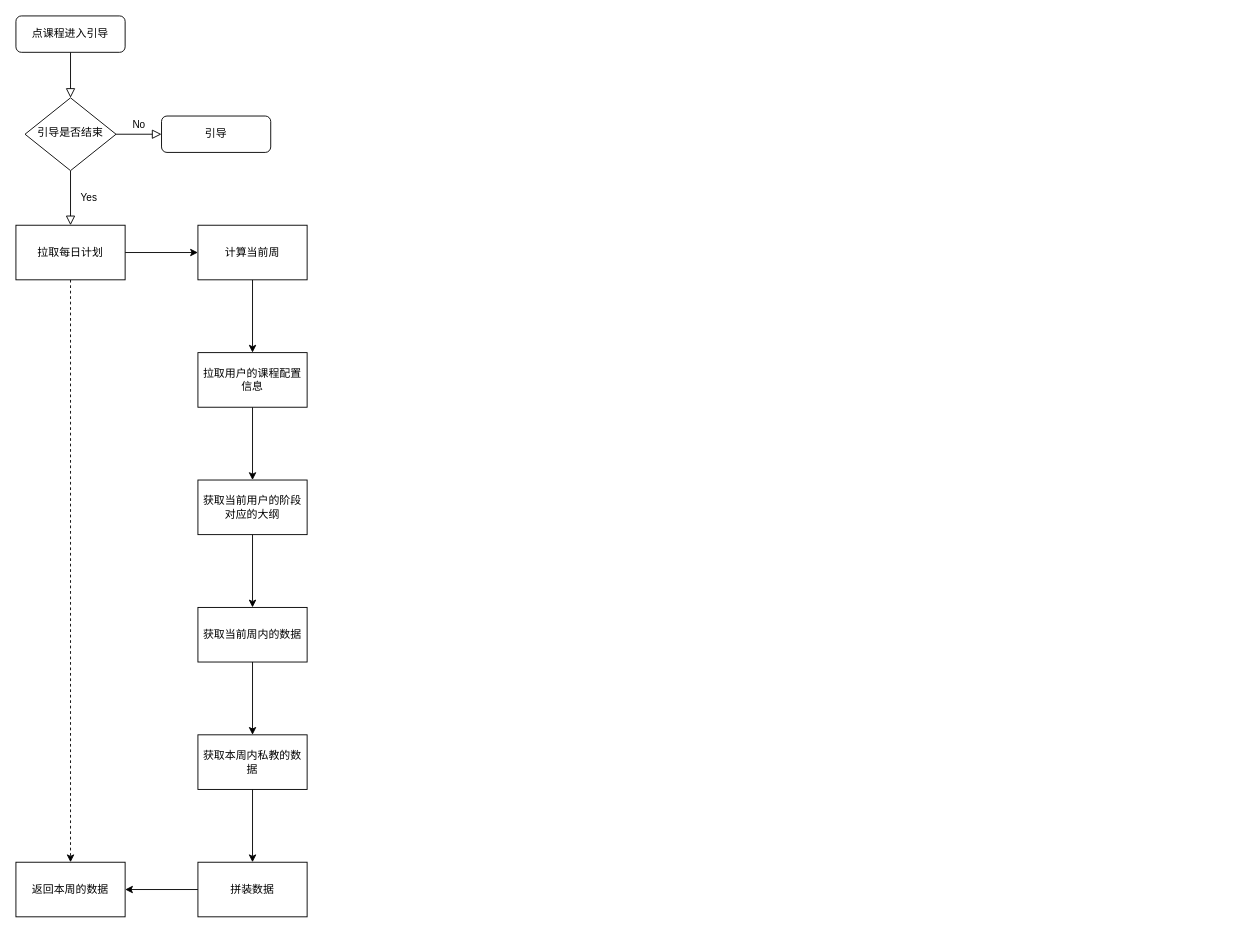
Above: Untitled Diagram.drawio in lxp521125/pic (draw.io), before the change. Source tidied: cells renumbered, new cells numbered last; positions are measured from the earlier drawing's top-left corner, leaving out a move shared by most shapes. Both pictures are drawn from the tidied source at 91%, with x=0, y=0 at pixel (15, 15).
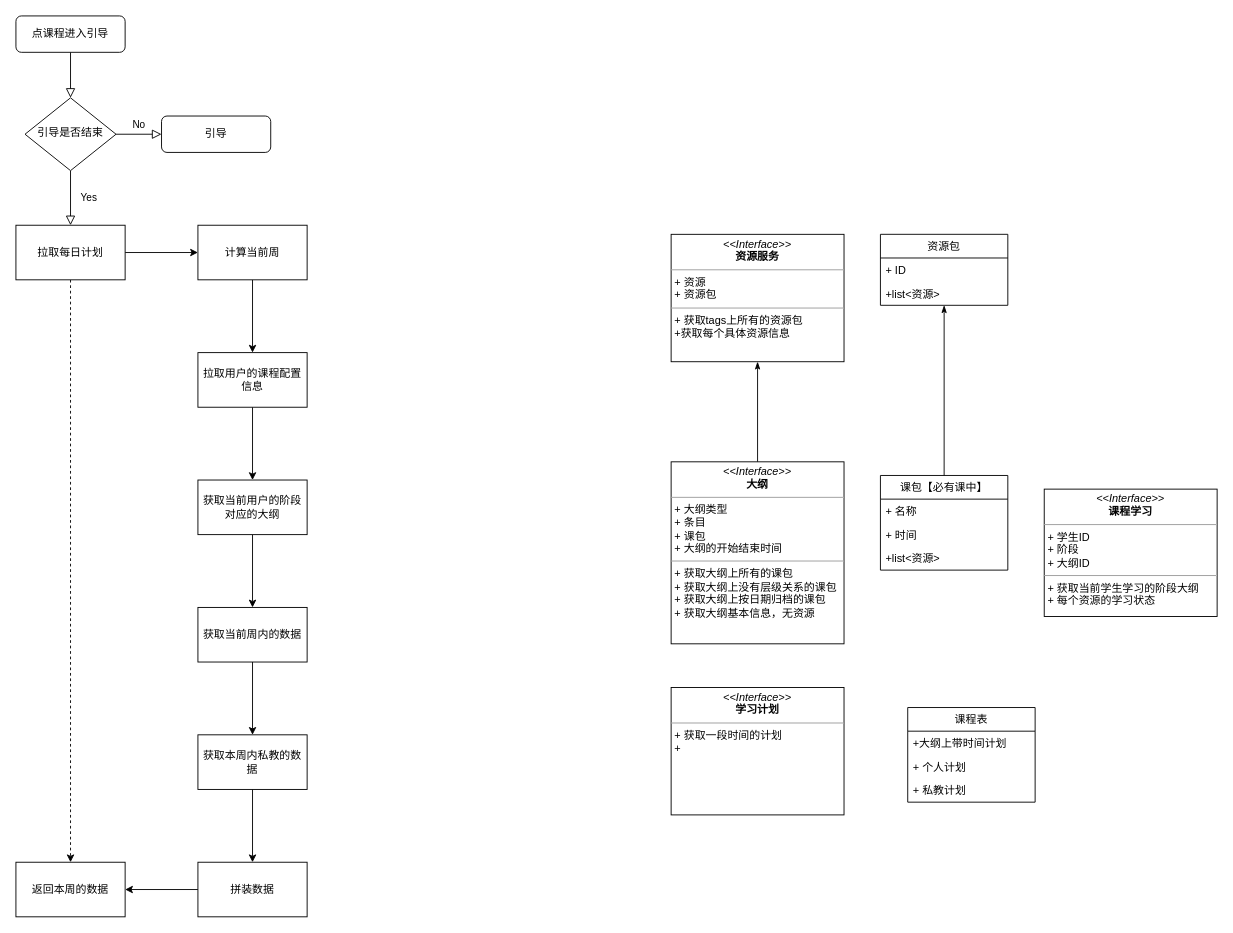
The same diagram, later.

What changed in the source:
```diff
@@
+    <mxCell id="24" value="&lt;p style=&quot;margin: 0px ; margin-top: 4px ; text-align: center&quot;&gt;&lt;i&gt;&amp;lt;&amp;lt;Interface&amp;gt;&amp;gt;&lt;/i&gt;&lt;br&gt;&lt;b&gt;学习计划&lt;/b&gt;&lt;/p&gt;&lt;hr size=&quot;1&quot;&gt;&lt;p style=&quot;margin: 0px ; margin-left: 4px&quot;&gt;+&amp;nbsp;获取一段时间的计划&lt;br&gt;+&lt;/p&gt;" style="verticalAlign=top;align=left;overflow=fill;fontSize=12;fontFamily=Helvetica;html=1;" parent="1" vertex="1">
+      <mxGeometry x="720" y="738" width="190" height="140" as="geometry" />
+    </mxCell>
+    <mxCell id="25" value="课程表" style="swimlane;fontStyle=0;horizontal=1;startSize=26;fillColor=none;" parent="1" vertex="1">
+      <mxGeometry x="980" y="760" width="140" height="104" as="geometry" />
+    </mxCell>
+    <mxCell id="26" value="+大纲上带时间计划" style="text;strokeColor=none;fillColor=none;align=left;verticalAlign=top;spacingLeft=4;spacingRight=4;overflow=hidden;" parent="25" vertex="1">
+      <mxGeometry y="26" width="140" height="26" as="geometry" />
+    </mxCell>
+    <mxCell id="27" value="+ 个人计划" style="text;strokeColor=none;fillColor=none;align=left;verticalAlign=top;spacingLeft=4;spacingRight=4;overflow=hidden;" parent="25" vertex="1">
+      <mxGeometry y="52" width="140" height="26" as="geometry" />
+    </mxCell>
+    <mxCell id="28" value="+ 私教计划" style="text;strokeColor=none;fillColor=none;align=left;verticalAlign=top;spacingLeft=4;spacingRight=4;overflow=hidden;" parent="25" vertex="1">
+      <mxGeometry y="78" width="140" height="26" as="geometry" />
+    </mxCell>
+    <mxCell id="29" style="edgeStyle=orthogonalEdgeStyle;rounded=0;jettySize=auto;html=1;endArrow=classicThin;endFill=1;" parent="1" edge="1" source="40" target="38">
+      <mxGeometry relative="1" as="geometry" />
+    </mxCell>
+    <mxCell id="30" style="edgeStyle=orthogonalEdgeStyle;rounded=0;jettySize=auto;html=1;endArrow=classicThin;endFill=1;" parent="1" edge="1" source="31" target="35">
+      <mxGeometry relative="1" as="geometry" />
+    </mxCell>
+    <mxCell id="31" value="课包【必有课中】" style="swimlane;fontStyle=0;horizontal=1;startSize=26;fillColor=none;" parent="1" vertex="1">
+      <mxGeometry x="950" y="505" width="140" height="104" as="geometry" />
+    </mxCell>
+    <mxCell id="32" value="+ 名称" style="text;strokeColor=none;fillColor=none;align=left;verticalAlign=top;spacingLeft=4;spacingRight=4;overflow=hidden;" parent="31" vertex="1">
+      <mxGeometry y="26" width="140" height="26" as="geometry" />
+    </mxCell>
+    <mxCell id="33" value="+ 时间" style="text;strokeColor=none;fillColor=none;align=left;verticalAlign=top;spacingLeft=4;spacingRight=4;overflow=hidden;" parent="31" vertex="1">
+      <mxGeometry y="52" width="140" height="26" as="geometry" />
+    </mxCell>
+    <mxCell id="34" value="+list&lt;资源&gt;" style="text;strokeColor=none;fillColor=none;align=left;verticalAlign=top;spacingLeft=4;spacingRight=4;overflow=hidden;" parent="31" vertex="1">
+      <mxGeometry y="78" width="140" height="26" as="geometry" />
+    </mxCell>
+    <mxCell id="35" value="资源包" style="swimlane;fontStyle=0;horizontal=1;startSize=26;fillColor=none;" parent="1" vertex="1">
+      <mxGeometry x="950" y="240" width="140" height="78" as="geometry" />
+    </mxCell>
+    <mxCell id="36" value="+ ID" style="text;strokeColor=none;fillColor=none;align=left;verticalAlign=top;spacingLeft=4;spacingRight=4;overflow=hidden;" parent="35" vertex="1">
+      <mxGeometry y="26" width="140" height="26" as="geometry" />
+    </mxCell>
+    <mxCell id="37" value="+list&lt;资源&gt;" style="text;strokeColor=none;fillColor=none;align=left;verticalAlign=top;spacingLeft=4;spacingRight=4;overflow=hidden;" parent="35" vertex="1">
+      <mxGeometry y="52" width="140" height="26" as="geometry" />
+    </mxCell>
+    <mxCell id="38" value="&lt;p style=&quot;margin: 0px ; margin-top: 4px ; text-align: center&quot;&gt;&lt;i&gt;&amp;lt;&amp;lt;Interface&amp;gt;&amp;gt;&lt;/i&gt;&lt;br&gt;&lt;b&gt;资源服务&lt;/b&gt;&lt;br&gt;&lt;/p&gt;&lt;hr size=&quot;1&quot;&gt;&lt;p style=&quot;margin: 0px ; margin-left: 4px&quot;&gt;+&amp;nbsp;资源&lt;br&gt;+&amp;nbsp;资源包&lt;/p&gt;&lt;hr size=&quot;1&quot;&gt;&lt;p style=&quot;margin: 0px ; margin-left: 4px&quot;&gt;+ 获取tags上所有的资源包&lt;br&gt;+获取每个具体资源信息&lt;/p&gt;" style="verticalAlign=top;align=left;overflow=fill;fontSize=12;fontFamily=Helvetica;html=1;" parent="1" vertex="1">
+      <mxGeometry x="720" y="240" width="190" height="140" as="geometry" />
+    </mxCell>
+    <mxCell id="39" value="&lt;p style=&quot;margin: 0px ; margin-top: 4px ; text-align: center&quot;&gt;&lt;i&gt;&amp;lt;&amp;lt;Interface&amp;gt;&amp;gt;&lt;/i&gt;&lt;br&gt;&lt;b&gt;课程学习&lt;/b&gt;&lt;br&gt;&lt;/p&gt;&lt;hr size=&quot;1&quot;&gt;&lt;p style=&quot;margin: 0px ; margin-left: 4px&quot;&gt;+&amp;nbsp;学生ID&lt;br&gt;+&amp;nbsp;阶段&lt;/p&gt;&lt;p style=&quot;margin: 0px ; margin-left: 4px&quot;&gt;+&amp;nbsp;大纲ID&lt;/p&gt;&lt;hr size=&quot;1&quot;&gt;&lt;p style=&quot;margin: 0px ; margin-left: 4px&quot;&gt;+ 获取当前学生学习的阶段大纲&lt;br&gt;+&amp;nbsp;每个资源的学习状态&lt;/p&gt;" style="verticalAlign=top;align=left;overflow=fill;fontSize=12;fontFamily=Helvetica;html=1;" parent="1" vertex="1">
+      <mxGeometry x="1130" y="520" width="190" height="140" as="geometry" />
+    </mxCell>
+    <mxCell id="40" value="&lt;p style=&quot;margin: 0px ; margin-top: 4px ; text-align: center&quot;&gt;&lt;i&gt;&amp;lt;&amp;lt;Interface&amp;gt;&amp;gt;&lt;/i&gt;&lt;br&gt;&lt;b&gt;大纲&lt;/b&gt;&lt;/p&gt;&lt;hr size=&quot;1&quot;&gt;&lt;p style=&quot;margin: 0px ; margin-left: 4px&quot;&gt;+&amp;nbsp;大纲类型&lt;br&gt;+&amp;nbsp;条目&lt;/p&gt;&lt;p style=&quot;margin: 0px ; margin-left: 4px&quot;&gt;+&amp;nbsp;课包&lt;/p&gt;&lt;p style=&quot;margin: 0px ; margin-left: 4px&quot;&gt;+&amp;nbsp;大纲的开始结束时间&lt;/p&gt;&lt;hr size=&quot;1&quot;&gt;&lt;p style=&quot;margin: 0px ; margin-left: 4px&quot;&gt;+ 获取大纲上所有的课包&lt;br&gt;+&amp;nbsp;获取大纲上没有层级关系的课包&lt;/p&gt;&lt;p style=&quot;margin: 0px ; margin-left: 4px&quot;&gt;+&amp;nbsp;获取大纲上按日期归档的课包&lt;/p&gt;&lt;p style=&quot;margin: 0px ; margin-left: 4px&quot;&gt;+ 获取大纲基本信息，无资源&lt;/p&gt;" style="verticalAlign=top;align=left;overflow=fill;fontSize=12;fontFamily=Helvetica;html=1;" parent="1" vertex="1">
+      <mxGeometry x="720" y="490" width="190" height="200" as="geometry" />
+    </mxCell>
```
